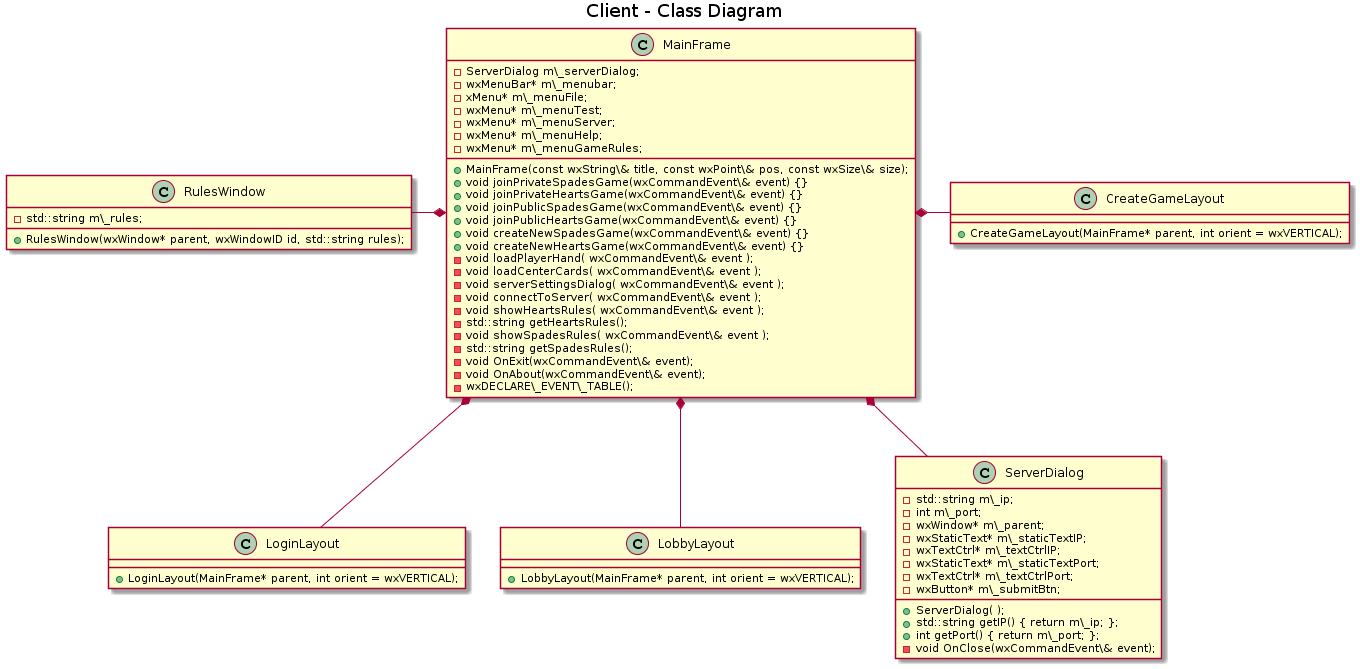
Earlier version of the PlantUML export Documents/SDD -- Client/clientClassDiagram.png (trevorjewkes/Kronos).
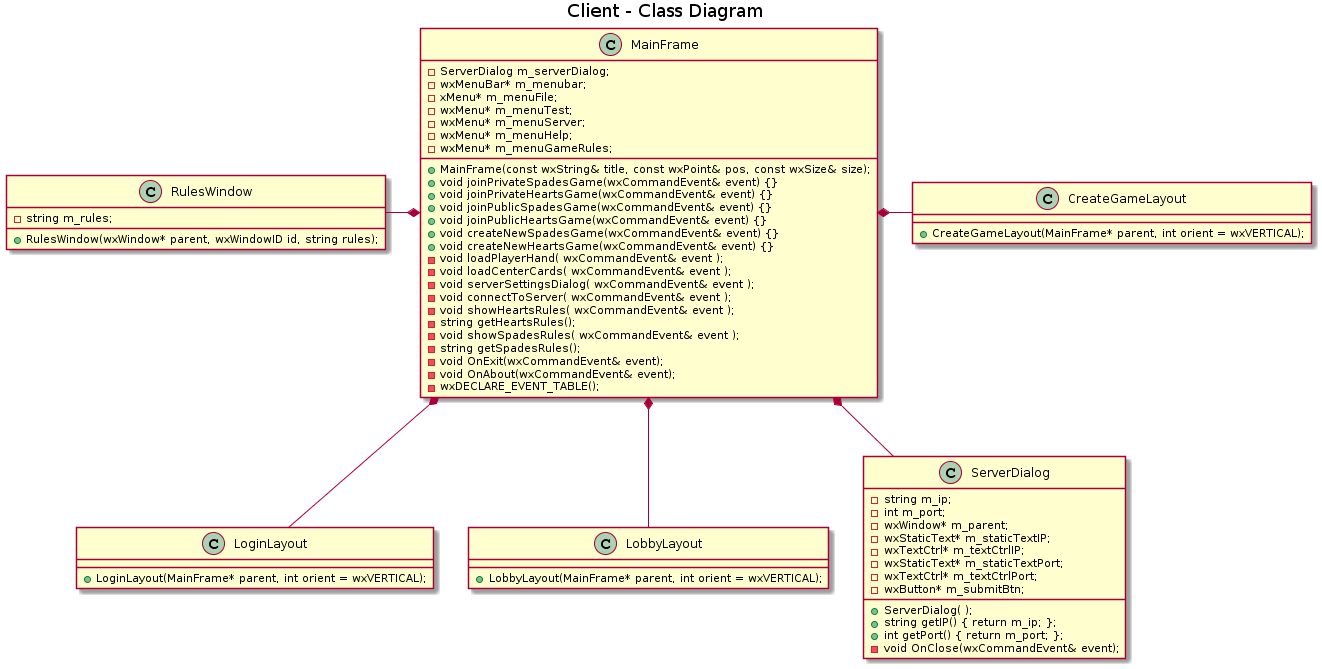
The same file after the commit.

Diff of the diagram source:
```diff
@@ -3,36 +3,36 @@
 
 
 class MainFrame {
- +MainFrame(const wxString\& title, const wxPoint\& pos, const wxSize\& size);
-+void joinPrivateSpadesGame(wxCommandEvent\& event) {}
-+void joinPrivateHeartsGame(wxCommandEvent\& event) {}
-+void joinPublicSpadesGame(wxCommandEvent\& event) {}
-+void joinPublicHeartsGame(wxCommandEvent\& event) {}
-+void createNewSpadesGame(wxCommandEvent\& event) {}
-+void createNewHeartsGame(wxCommandEvent\& event) {}
+ +MainFrame(const wxString& title, const wxPoint& pos, const wxSize& size);
++void joinPrivateSpadesGame(wxCommandEvent& event) {}
++void joinPrivateHeartsGame(wxCommandEvent& event) {}
++void joinPublicSpadesGame(wxCommandEvent& event) {}
++void joinPublicHeartsGame(wxCommandEvent& event) {}
++void createNewSpadesGame(wxCommandEvent& event) {}
++void createNewHeartsGame(wxCommandEvent& event) {}
 
--ServerDialog m\_serverDialog;
--wxMenuBar* m\_menubar;
- -xMenu* m\_menuFile;
- -wxMenu* m\_menuTest;
- -wxMenu* m\_menuServer;
- -wxMenu* m\_menuHelp;
- -wxMenu* m\_menuGameRules;
- -void loadPlayerHand( wxCommandEvent\& event );
- -void loadCenterCards( wxCommandEvent\& event );
- -void serverSettingsDialog( wxCommandEvent\& event );
- -void connectToServer( wxCommandEvent\& event );
- -void showHeartsRules( wxCommandEvent\& event );
- -std::string getHeartsRules();
- -void showSpadesRules( wxCommandEvent\& event );
- -std::string getSpadesRules();
- -void OnExit(wxCommandEvent\& event);
- -void OnAbout(wxCommandEvent\& event);
- -wxDECLARE\_EVENT\_TABLE();
+-ServerDialog m_serverDialog;
+-wxMenuBar* m_menubar;
+ -xMenu* m_menuFile;
+ -wxMenu* m_menuTest;
+ -wxMenu* m_menuServer;
+ -wxMenu* m_menuHelp;
+ -wxMenu* m_menuGameRules;
+ -void loadPlayerHand( wxCommandEvent& event );
+ -void loadCenterCards( wxCommandEvent& event );
+ -void serverSettingsDialog( wxCommandEvent& event );
+ -void connectToServer( wxCommandEvent& event );
+ -void showHeartsRules( wxCommandEvent& event );
+ -string getHeartsRules();
+ -void showSpadesRules( wxCommandEvent& event );
+ -string getSpadesRules();
+ -void OnExit(wxCommandEvent& event);
+ -void OnAbout(wxCommandEvent& event);
+ -wxDECLARE_EVENT_TABLE();
 }
 class RulesWindow {
- +RulesWindow(wxWindow* parent, wxWindowID id, std::string rules);
- -std::string m\_rules;
+ +RulesWindow(wxWindow* parent, wxWindowID id, string rules);
+ -string m_rules;
 }
 
 class LoginLayout {
@@ -49,18 +49,18 @@
 
 class ServerDialog {
 +ServerDialog( );
-+std::string getIP() { return m\_ip; };
-+int getPort() { return m\_port; };
++string getIP() { return m_ip; };
++int getPort() { return m_port; };
 
--std::string m\_ip;
--int m\_port;
--wxWindow* m\_parent;
--wxStaticText* m\_staticTextIP;
--wxTextCtrl* m\_textCtrlIP;
--wxStaticText* m\_staticTextPort;
--wxTextCtrl* m\_textCtrlPort;
--wxButton* m\_submitBtn;
--void OnClose(wxCommandEvent\& event);
+-string m_ip;
+-int m_port;
+-wxWindow* m_parent;
+-wxStaticText* m_staticTextIP;
+-wxTextCtrl* m_textCtrlIP;
+-wxStaticText* m_staticTextPort;
+-wxTextCtrl* m_textCtrlPort;
+-wxButton* m_submitBtn;
+-void OnClose(wxCommandEvent& event);
 }
 
 MainFrame *--left- RulesWindow
```
